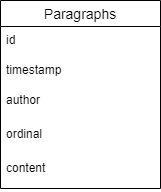
The draw.io diagram documentation/src/images/datamodel/datamodel.png in FHNW-WODSS-FS22/team-document-KZellweger, before a commit. Source tidied: cells renumbered, new cells last; positions are measured from the earlier drawing's top-left corner, leaving out a move shared by most shapes. Source of this version:
```xml
<mxGraphModel>
  <root>
    <mxCell id="0" />
    <mxCell id="1" parent="0" />
    <mxCell id="2" value="Paragraphs" style="swimlane;fontStyle=0;horizontal=1;startSize=26;align=center;fontSize=14;" parent="1" vertex="1">
      <mxGeometry width="160" height="188" as="geometry" />
    </mxCell>
    <mxCell id="3" value="id" style="text;strokeColor=none;fillColor=none;spacingLeft=4;spacingRight=4;overflow=hidden;fontSize=12;" parent="2" vertex="1">
      <mxGeometry y="26" width="160" height="30" as="geometry" />
    </mxCell>
    <mxCell id="4" value="timestamp" style="text;strokeColor=none;fillColor=none;spacingLeft=4;spacingRight=4;overflow=hidden;fontSize=12;" parent="2" vertex="1">
      <mxGeometry y="56" width="160" height="30" as="geometry" />
    </mxCell>
    <mxCell id="5" value="author" style="text;strokeColor=none;fillColor=none;spacingLeft=4;spacingRight=4;overflow=hidden;fontSize=12;" parent="2" vertex="1">
      <mxGeometry y="86" width="160" height="34" as="geometry" />
    </mxCell>
    <mxCell id="6" value="ordinal" style="text;strokeColor=none;fillColor=none;spacingLeft=4;spacingRight=4;overflow=hidden;fontSize=12;" parent="2" vertex="1">
      <mxGeometry y="120" width="160" height="34" as="geometry" />
    </mxCell>
    <mxCell id="7" value="content" style="text;strokeColor=none;fillColor=none;spacingLeft=4;spacingRight=4;overflow=hidden;fontSize=12;" parent="2" vertex="1">
      <mxGeometry y="154" width="160" height="34" as="geometry" />
    </mxCell>
  </root>
</mxGraphModel>
```
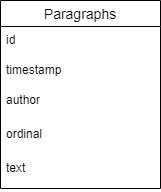
After the commit.

Commit message:
Edited datamodel and added draft for presentation tech stack

Diff of the diagram source:
```diff
@@ -17,7 +17,7 @@
     <mxCell id="6" value="ordinal" style="text;strokeColor=none;fillColor=none;spacingLeft=4;spacingRight=4;overflow=hidden;fontSize=12;" parent="2" vertex="1">
       <mxGeometry y="120" width="160" height="34" as="geometry" />
     </mxCell>
-    <mxCell id="7" value="content" style="text;strokeColor=none;fillColor=none;spacingLeft=4;spacingRight=4;overflow=hidden;fontSize=12;" parent="2" vertex="1">
+    <mxCell id="7" value="text" style="text;strokeColor=none;fillColor=none;spacingLeft=4;spacingRight=4;overflow=hidden;fontSize=12;" parent="2" vertex="1">
       <mxGeometry y="154" width="160" height="34" as="geometry" />
     </mxCell>
   </root>
```
